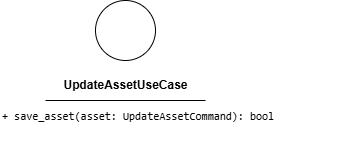
This is src/PB/DocumentazioneEsterna/Specifica_Tecnica/content/uml/png/SaveAsset/UpdateAssetUseCase.png from GroupRubberDuck/Documentazione, a draw.io export, as it was before one commit. Source tidied: cells renumbered, new cells last; positions are measured from the earlier drawing's top-left corner, leaving out a move shared by most shapes. Source of this version:
```xml
<mxGraphModel>
  <root>
    <mxCell id="0" />
    <mxCell id="1" parent="0" />
    <mxCell id="2" style="ellipse;whiteSpace=wrap;html=1;" parent="1" vertex="1">
      <mxGeometry x="95" width="60" height="60" as="geometry" />
    </mxCell>
    <mxCell id="3" value="&lt;b&gt;UpdateAssetUseCase&lt;/b&gt;" style="text;html=1;align=center;verticalAlign=middle;strokeColor=none;fillColor=none;" parent="1" vertex="1">
      <mxGeometry x="50" y="70" width="150" height="30" as="geometry" />
    </mxCell>
    <mxCell id="4" style="endArrow=none;html=1;" parent="1" edge="1">
      <mxGeometry relative="1" as="geometry">
        <mxPoint x="45" y="100" as="sourcePoint" />
        <mxPoint x="205" y="100" as="targetPoint" />
        <Array as="points">
          <mxPoint x="125" y="100" />
        </Array>
      </mxGeometry>
    </mxCell>
    <mxCell id="5" value="&lt;div style=&quot;font-family: Consolas, &amp;quot;Courier New&amp;quot;, monospace; font-weight: normal; line-height: 19px; white-space: pre;&quot;&gt;&lt;div style=&quot;&quot;&gt;&lt;div style=&quot;line-height: 19px;&quot;&gt;&lt;span style=&quot;background-color: rgb(255, 255, 255);&quot;&gt;&lt;font style=&quot;color: rgb(0, 0, 0); font-size: 11px;&quot;&gt;+ save_asset(asset: UpdateAssetCommand): bool&lt;/font&gt;&lt;/span&gt;&lt;/div&gt;&lt;/div&gt;&lt;/div&gt;" style="text;whiteSpace=wrap;html=1;" parent="1" vertex="1">
      <mxGeometry y="100" width="340" height="40" as="geometry" />
    </mxCell>
  </root>
</mxGraphModel>
```
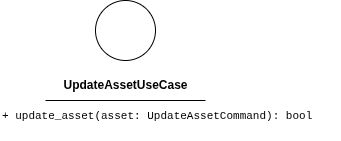
After the change.

Diff of the diagram source:
```diff
@@ -17,7 +17,7 @@
         </Array>
       </mxGeometry>
     </mxCell>
-    <mxCell id="5" value="&lt;div style=&quot;font-family: Consolas, &amp;quot;Courier New&amp;quot;, monospace; font-weight: normal; line-height: 19px; white-space: pre;&quot;&gt;&lt;div style=&quot;&quot;&gt;&lt;div style=&quot;line-height: 19px;&quot;&gt;&lt;span style=&quot;background-color: rgb(255, 255, 255);&quot;&gt;&lt;font style=&quot;color: rgb(0, 0, 0); font-size: 11px;&quot;&gt;+ save_asset(asset: UpdateAssetCommand): bool&lt;/font&gt;&lt;/span&gt;&lt;/div&gt;&lt;/div&gt;&lt;/div&gt;" style="text;whiteSpace=wrap;html=1;" parent="1" vertex="1">
+    <mxCell id="5" value="&lt;div style=&quot;font-family: Consolas, &amp;quot;Courier New&amp;quot;, monospace; font-weight: normal; line-height: 19px; white-space: pre;&quot;&gt;&lt;div style=&quot;&quot;&gt;&lt;div style=&quot;line-height: 19px;&quot;&gt;&lt;span style=&quot;background-color: rgb(255, 255, 255);&quot;&gt;&lt;font style=&quot;color: rgb(0, 0, 0); font-size: 11px;&quot;&gt;+ update_asset(asset: UpdateAssetCommand): bool&lt;/font&gt;&lt;/span&gt;&lt;/div&gt;&lt;/div&gt;&lt;/div&gt;" style="text;whiteSpace=wrap;html=1;" parent="1" vertex="1">
       <mxGeometry y="100" width="340" height="40" as="geometry" />
     </mxCell>
   </root>
```
